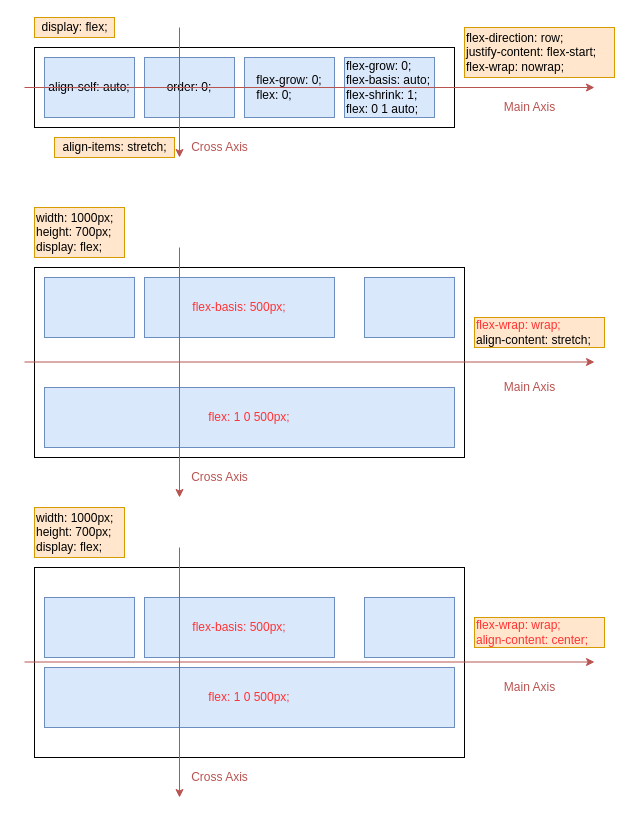
This is drawio/css-flexbox-overview.drawio from JasonWu73/hugo-blog, a draw.io file, before an edit. Source tidied: cells renumbered, new cells numbered last; positions are measured from the earlier drawing's top-left corner, leaving out a move shared by most shapes. Both pictures are drawn from the tidied source at 100%, with x=0, y=0 at pixel (24, 17).
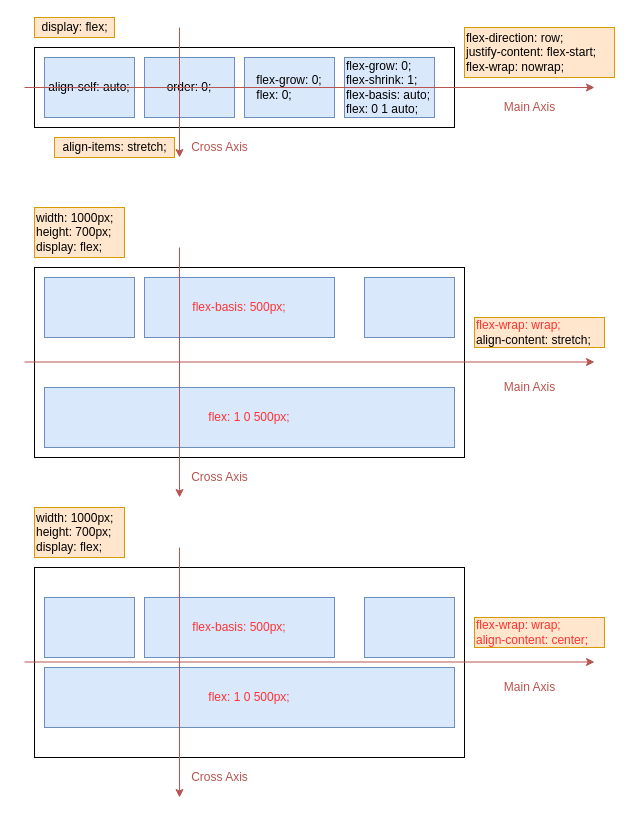
The same diagram, later.

Commit message (it also covers changes not shown here):
flex 扩展形式排序

The edit, as a diff of the source:
```diff
@@
-    <mxCell id="6" value="flex-grow: 0;&lt;br&gt;flex-basis: auto;&lt;br&gt;flex-shrink: 1;&lt;br&gt;flex: 0 1&amp;nbsp;auto;" style="rounded=0;whiteSpace=wrap;html=1;fillColor=#dae8fc;strokeColor=#6c8ebf;align=left;" parent="1" vertex="1">
+    <mxCell id="6" value="flex-grow: 0;&lt;br&gt;flex-shrink: 1;&lt;br&gt;flex-basis: auto;&lt;br&gt;flex: 0 1&amp;nbsp;auto;" style="rounded=0;whiteSpace=wrap;html=1;fillColor=#dae8fc;strokeColor=#6c8ebf;align=left;" parent="1" vertex="1">
       <mxGeometry x="320" y="40" width="90" height="60" as="geometry" />
     </mxCell>
```
